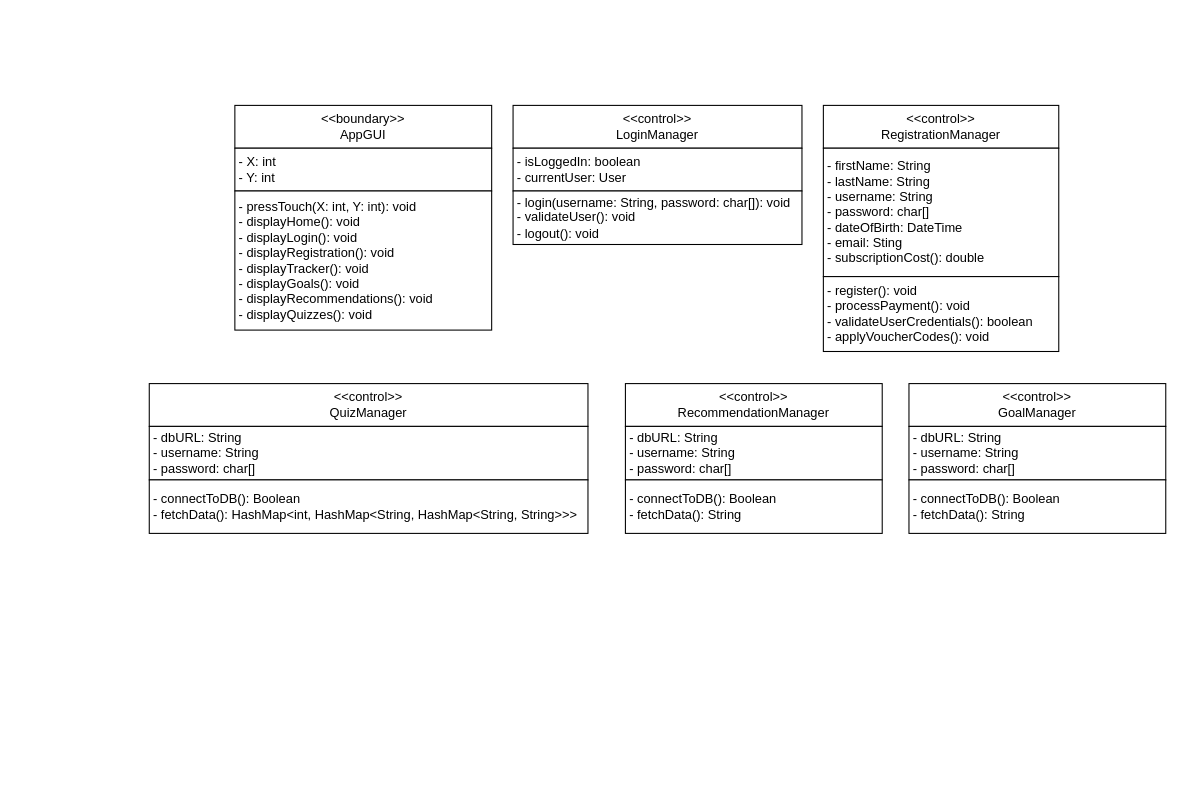
Before: Boundary_Control_Class_diagrams.drawio in ahammond3aws/DC2SEN, a draw.io diagram. Source tidied: cells renumbered, new cells numbered last; positions are measured from the earlier drawing's top-left corner, leaving out a move shared by most shapes. Both pictures are drawn from the tidied source at 107%, with x=0, y=0 at pixel (149, 105).
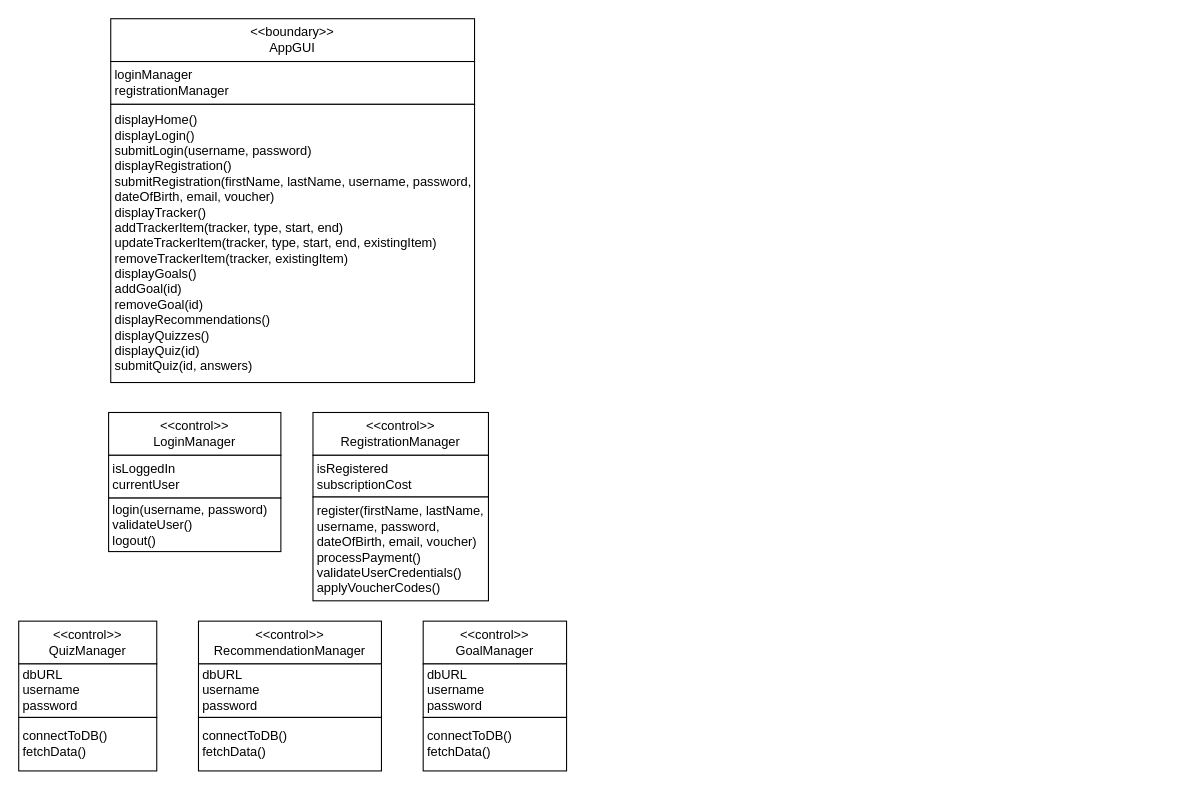
The same diagram, later.

Diff of the diagram source:
```diff
@@
 <mxGraphModel>
   <root>
     <mxCell id="0" />
     <mxCell id="1" parent="0" />
-    <mxCell id="2" value="&amp;lt;&amp;lt;boundary&amp;gt;&amp;gt;&lt;br&gt;AppGUI" style="rounded=0;whiteSpace=wrap;html=1;" parent="1" vertex="1">
-      <mxGeometry x="80" width="240" height="40" as="geometry" />
-    </mxCell>
-    <mxCell id="3" value="- X: int&lt;br&gt;- Y: int" style="rounded=0;whiteSpace=wrap;html=1;align=left;spacingLeft=2;" parent="1" vertex="1">
-      <mxGeometry x="80" y="40" width="240" height="40" as="geometry" />
-    </mxCell>
-    <mxCell id="4" value="- pressTouch(X: int, Y: int): void&lt;br&gt;- displayHome(): void&lt;br&gt;- displayLogin(): void&lt;br&gt;- displayRegistration(): void&lt;br&gt;- displayTracker(): void&lt;br&gt;- displayGoals(): void&lt;br&gt;- displayRecommendations(): void&lt;br&gt;- displayQuizzes(): void" style="rounded=0;whiteSpace=wrap;html=1;align=left;spacingLeft=2;" parent="1" vertex="1">
-      <mxGeometry x="80" y="80" width="240" height="130" as="geometry" />
-    </mxCell>
     <mxCell id="5" value="&amp;lt;&amp;lt;control&amp;gt;&amp;gt;&lt;br&gt;LoginManager" style="rounded=0;whiteSpace=wrap;html=1;" parent="1" vertex="1">
-      <mxGeometry x="340" width="270" height="40" as="geometry" />
+      <mxGeometry x="-38" y="287" width="161" height="40" as="geometry" />
     </mxCell>
-    <mxCell id="6" value="- isLoggedIn: boolean&lt;br&gt;- currentUser: User" style="rounded=0;whiteSpace=wrap;html=1;align=left;spacingLeft=2;" parent="1" vertex="1">
-      <mxGeometry x="340" y="40" width="270" height="40" as="geometry" />
+    <mxCell id="6" value="isLoggedIn&lt;br&gt;currentUser" style="rounded=0;whiteSpace=wrap;html=1;align=left;spacingLeft=2;" parent="1" vertex="1">
+      <mxGeometry x="-38" y="327" width="161" height="40" as="geometry" />
     </mxCell>
-    <mxCell id="7" value="- login(username: String, password: char[]): void&lt;br&gt;- validateUser(): void&lt;br&gt;- logout(): void" style="rounded=0;whiteSpace=wrap;html=1;align=left;spacingLeft=2;" parent="1" vertex="1">
-      <mxGeometry x="340" y="80" width="270" height="50" as="geometry" />
+    <mxCell id="7" value="login(username, password)&lt;br&gt;validateUser()&lt;br&gt;logout()" style="rounded=0;whiteSpace=wrap;html=1;align=left;spacingLeft=2;" parent="1" vertex="1">
+      <mxGeometry x="-38" y="367" width="161" height="50" as="geometry" />
     </mxCell>
     <mxCell id="8" value="&amp;lt;&amp;lt;control&amp;gt;&amp;gt;&lt;br&gt;RegistrationManager" style="rounded=0;whiteSpace=wrap;html=1;" parent="1" vertex="1">
-      <mxGeometry x="630" width="220" height="40" as="geometry" />
+      <mxGeometry x="153" y="287" width="164" height="40" as="geometry" />
     </mxCell>
-    <mxCell id="9" value="- firstName: String&lt;br&gt;- lastName: String&lt;br&gt;- username: String&lt;br&gt;- password: char[]&lt;br&gt;- dateOfBirth: DateTime&lt;br&gt;- email: Sting&lt;br&gt;- subscriptionCost(): double" style="rounded=0;whiteSpace=wrap;html=1;align=left;spacingLeft=2;" parent="1" vertex="1">
-      <mxGeometry x="630" y="40" width="220" height="120" as="geometry" />
+    <mxCell id="9" value="isRegistered&lt;br&gt;subscriptionCost" style="rounded=0;whiteSpace=wrap;html=1;align=left;spacingLeft=2;" parent="1" vertex="1">
+      <mxGeometry x="153" y="327" width="164" height="39" as="geometry" />
     </mxCell>
-    <mxCell id="10" value="- register(): void&lt;br&gt;- processPayment(): void&lt;br&gt;- validateUserCredentials(): boolean&lt;br&gt;- applyVoucherCodes(): void" style="rounded=0;whiteSpace=wrap;html=1;align=left;spacingLeft=2;" parent="1" vertex="1">
-      <mxGeometry x="630" y="160" width="220" height="70" as="geometry" />
+    <mxCell id="10" value="register(firstName, lastName,&lt;br&gt;username, password,&lt;br&gt;dateOfBirth, email, voucher)&lt;br&gt;processPayment()&lt;br&gt;validateUserCredentials()&lt;br&gt;applyVoucherCodes()" style="rounded=0;whiteSpace=wrap;html=1;align=left;spacingLeft=2;" parent="1" vertex="1">
+      <mxGeometry x="153" y="366" width="164" height="97" as="geometry" />
     </mxCell>
     <mxCell id="11" value="&amp;lt;&amp;lt;control&amp;gt;&amp;gt;&lt;br&gt;QuizManager" style="rounded=0;whiteSpace=wrap;html=1;fillColor=default;" parent="1" vertex="1">
-      <mxGeometry y="260" width="410" height="40" as="geometry" />
+      <mxGeometry x="-122" y="482" width="129" height="40" as="geometry" />
     </mxCell>
-    <mxCell id="12" value="- dbURL: String&lt;br&gt;- username: String&lt;br&gt;- password: char[]" style="rounded=0;whiteSpace=wrap;html=1;align=left;spacingLeft=2;fillColor=default;" parent="1" vertex="1">
-      <mxGeometry y="300" width="410" height="50" as="geometry" />
+    <mxCell id="12" value="dbURL&lt;br&gt;username&lt;br&gt;password" style="rounded=0;whiteSpace=wrap;html=1;align=left;spacingLeft=2;fillColor=default;" parent="1" vertex="1">
+      <mxGeometry x="-122" y="522" width="129" height="50" as="geometry" />
     </mxCell>
-    <mxCell id="13" value="- connectToDB(): Boolean&lt;br&gt;- fetchData():&amp;nbsp;&lt;span style=&quot;background-color: rgb(255, 255, 255);&quot;&gt;HashMap&amp;lt;int, HashMap&amp;lt;String, HashMap&amp;lt;String, String&amp;gt;&amp;gt;&amp;gt;&lt;/span&gt;" style="rounded=0;whiteSpace=wrap;html=1;align=left;spacingLeft=2;fillColor=default;" parent="1" vertex="1">
-      <mxGeometry y="350" width="410" height="50" as="geometry" />
+    <mxCell id="13" value="connectToDB()&lt;br&gt;fetchData()" style="rounded=0;whiteSpace=wrap;html=1;align=left;spacingLeft=2;fillColor=default;" parent="1" vertex="1">
+      <mxGeometry x="-122" y="572" width="129" height="50" as="geometry" />
     </mxCell>
     <mxCell id="14" value="&amp;lt;&amp;lt;control&amp;gt;&amp;gt;&lt;br&gt;RecommendationManager" style="rounded=0;whiteSpace=wrap;html=1;fillColor=default;" parent="1" vertex="1">
-      <mxGeometry x="445" y="260" width="240" height="40" as="geometry" />
+      <mxGeometry x="46" y="482" width="171" height="40" as="geometry" />
     </mxCell>
-    <mxCell id="15" value="- dbURL: String&lt;br&gt;- username: String&lt;br&gt;- password: char[]" style="rounded=0;whiteSpace=wrap;html=1;align=left;spacingLeft=2;fillColor=default;" parent="1" vertex="1">
-      <mxGeometry x="445" y="300" width="240" height="50" as="geometry" />
+    <mxCell id="15" value="dbURL&lt;br&gt;username&lt;br&gt;password" style="rounded=0;whiteSpace=wrap;html=1;align=left;spacingLeft=2;fillColor=default;" parent="1" vertex="1">
+      <mxGeometry x="46" y="522" width="171" height="50" as="geometry" />
     </mxCell>
-    <mxCell id="16" value="- connectToDB(): Boolean&lt;br&gt;- fetchData(): String" style="rounded=0;whiteSpace=wrap;html=1;align=left;spacingLeft=2;fillColor=default;" parent="1" vertex="1">
-      <mxGeometry x="445" y="350" width="240" height="50" as="geometry" />
+    <mxCell id="16" value="connectToDB()&lt;br&gt;fetchData()" style="rounded=0;whiteSpace=wrap;html=1;align=left;spacingLeft=2;fillColor=default;" parent="1" vertex="1">
+      <mxGeometry x="46" y="572" width="171" height="50" as="geometry" />
     </mxCell>
     <mxCell id="17" value="&amp;lt;&amp;lt;control&amp;gt;&amp;gt;&lt;br&gt;GoalManager" style="rounded=0;whiteSpace=wrap;html=1;fillColor=default;" parent="1" vertex="1">
-      <mxGeometry x="710" y="260" width="240" height="40" as="geometry" />
+      <mxGeometry x="256" y="482" width="134" height="40" as="geometry" />
     </mxCell>
-    <mxCell id="18" value="- dbURL: String&lt;br&gt;- username: String&lt;br&gt;- password: char[]" style="rounded=0;whiteSpace=wrap;html=1;align=left;spacingLeft=2;fillColor=default;" parent="1" vertex="1">
-      <mxGeometry x="710" y="300" width="240" height="50" as="geometry" />
+    <mxCell id="18" value="dbURL&lt;br&gt;username&lt;br&gt;password" style="rounded=0;whiteSpace=wrap;html=1;align=left;spacingLeft=2;fillColor=default;" parent="1" vertex="1">
+      <mxGeometry x="256" y="522" width="134" height="50" as="geometry" />
     </mxCell>
-    <mxCell id="19" value="- connectToDB(): Boolean&lt;br&gt;- fetchData(): String" style="rounded=0;whiteSpace=wrap;html=1;align=left;spacingLeft=2;fillColor=default;" parent="1" vertex="1">
-      <mxGeometry x="710" y="350" width="240" height="50" as="geometry" />
+    <mxCell id="19" value="connectToDB()&lt;br&gt;fetchData()" style="rounded=0;whiteSpace=wrap;html=1;align=left;spacingLeft=2;fillColor=default;" parent="1" vertex="1">
+      <mxGeometry x="256" y="572" width="134" height="50" as="geometry" />
     </mxCell>
+    <mxCell id="2" value="&amp;lt;&amp;lt;boundary&amp;gt;&amp;gt;&lt;br&gt;AppGUI" style="rounded=0;whiteSpace=wrap;html=1;" parent="1" vertex="1">
+      <mxGeometry x="-36" y="-81" width="340" height="40" as="geometry" />
+    </mxCell>
+    <mxCell id="20" value="loginManager&lt;br&gt;registrationManager" style="rounded=0;whiteSpace=wrap;html=1;align=left;spacingLeft=2;" parent="1" vertex="1">
+      <mxGeometry x="-36" y="-41" width="340" height="40" as="geometry" />
+    </mxCell>
+    <mxCell id="21" value="displayHome()&lt;br&gt;displayLogin()&lt;br&gt;submitLogin(username, password)&lt;br&gt;displayRegistration()&lt;br&gt;submitRegistration(firstName, lastName, username, password,&lt;br&gt;dateOfBirth, email, voucher)&lt;br&gt;displayTracker()&lt;br&gt;addTrackerItem(tracker, type, start, end)&lt;br&gt;updateTrackerItem(tracker, type, start, end, existingItem)&lt;br&gt;removeTrackerItem(tracker, existingItem)&lt;br&gt;displayGoals()&lt;br&gt;addGoal(id)&lt;br&gt;removeGoal(id)&lt;br&gt;displayRecommendations()&lt;br&gt;displayQuizzes()&lt;br&gt;displayQuiz(id)&lt;br&gt;submitQuiz(id, answers)" style="rounded=0;whiteSpace=wrap;html=1;align=left;spacingLeft=2;" parent="1" vertex="1">
+      <mxGeometry x="-36" y="-1" width="340" height="260" as="geometry" />
+    </mxCell>
   </root>
 </mxGraphModel>
```
